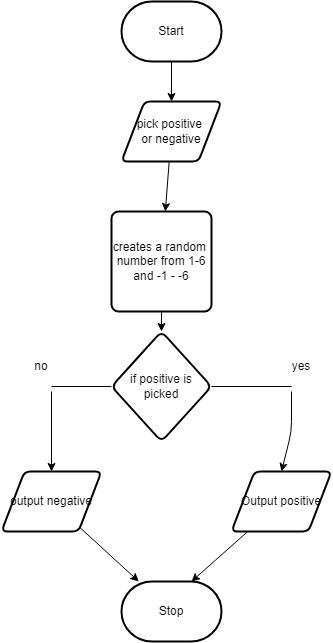
Ali-Mugamai/ICS20-5-03-Js- keeps this draw.io diagram as design/flow-chart.png. Above is the earlier version. Source tidied: cells renumbered, new cells last; positions are measured from the earlier drawing's top-left corner, leaving out a move shared by most shapes.
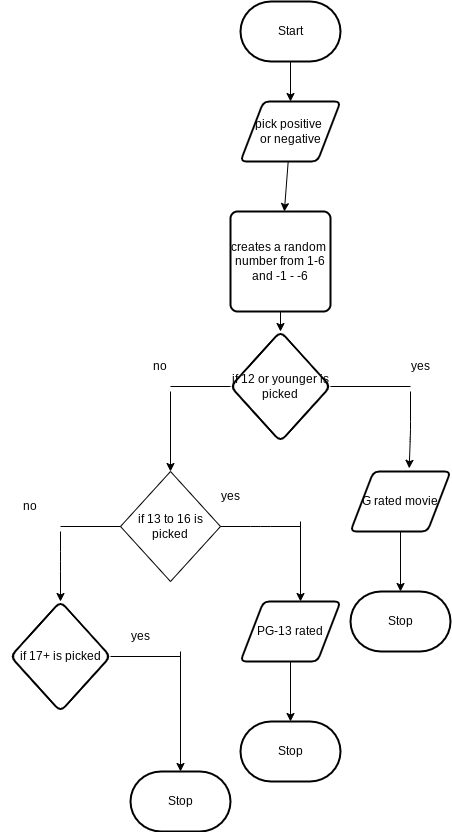
After the change.

Change to the diagram source:
```diff
@@ -20,24 +20,16 @@
     <mxCell id="7" value="creates a random&amp;nbsp;&lt;br&gt;number from 1-6 and -1 - -6" style="rounded=1;whiteSpace=wrap;html=1;absoluteArcSize=1;arcSize=14;strokeWidth=2;" parent="1" vertex="1">
       <mxGeometry x="110" y="210" width="100" height="100" as="geometry" />
     </mxCell>
-    <mxCell id="8" style="edgeStyle=none;html=1;" parent="1" edge="1" source="9" target="10">
-      <mxGeometry relative="1" as="geometry" />
-    </mxCell>
-    <mxCell id="9" value="output negative" style="shape=parallelogram;html=1;strokeWidth=2;perimeter=parallelogramPerimeter;whiteSpace=wrap;rounded=1;arcSize=12;size=0.23;" parent="1" vertex="1">
-      <mxGeometry y="470" width="100" height="60" as="geometry" />
-    </mxCell>
     <mxCell id="10" value="Stop" style="strokeWidth=2;html=1;shape=mxgraph.flowchart.terminator;whiteSpace=wrap;" parent="1" vertex="1">
-      <mxGeometry x="120" y="580" width="100" height="60" as="geometry" />
+      <mxGeometry x="230" y="590" width="100" height="60" as="geometry" />
     </mxCell>
-    <mxCell id="11" value="if positive is picked" style="rhombus;whiteSpace=wrap;html=1;rounded=1;arcSize=14;strokeWidth=2;" parent="1" vertex="1">
+    <mxCell id="11" value="if 12 or younger is picked" style="rhombus;whiteSpace=wrap;html=1;rounded=1;arcSize=14;strokeWidth=2;" parent="1" vertex="1">
       <mxGeometry x="110" y="330" width="100" height="110" as="geometry" />
     </mxCell>
-    <mxCell id="12" style="edgeStyle=none;html=1;" parent="1" edge="1" source="13">
-      <mxGeometry relative="1" as="geometry">
-        <mxPoint x="190" y="580" as="targetPoint" />
-      </mxGeometry>
+    <mxCell id="12" style="edgeStyle=none;html=1;entryX=0.5;entryY=0;entryDx=0;entryDy=0;entryPerimeter=0;" parent="1" edge="1" source="13" target="10">
+      <mxGeometry relative="1" as="geometry" />
     </mxCell>
-    <mxCell id="13" value="Output positive" style="shape=parallelogram;html=1;strokeWidth=2;perimeter=parallelogramPerimeter;whiteSpace=wrap;rounded=1;arcSize=12;size=0.23;" parent="1" vertex="1">
+    <mxCell id="13" value="G rated movie" style="shape=parallelogram;html=1;strokeWidth=2;perimeter=parallelogramPerimeter;whiteSpace=wrap;rounded=1;arcSize=12;size=0.23;" parent="1" vertex="1">
       <mxGeometry x="230" y="470" width="100" height="60" as="geometry" />
     </mxCell>
     <mxCell id="14" style="endArrow=none;html=1;entryX=0;entryY=0.5;entryDx=0;entryDy=0;" parent="1" edge="1" target="11">
@@ -45,9 +37,10 @@
         <mxPoint x="50" y="385" as="sourcePoint" />
       </mxGeometry>
     </mxCell>
-    <mxCell id="15" style="endArrow=classic;html=1;entryX=0.5;entryY=0;entryDx=0;entryDy=0;" parent="1" edge="1" target="9">
+    <mxCell id="15" style="endArrow=classic;html=1;entryX=0.5;entryY=0;entryDx=0;entryDy=0;" parent="1" edge="1">
       <mxGeometry relative="1" as="geometry">
         <mxPoint x="50" y="390" as="sourcePoint" />
+        <mxPoint x="50" y="470" as="targetPoint" />
       </mxGeometry>
     </mxCell>
     <mxCell id="16" style="endArrow=none;html=1;entryX=1;entryY=0.5;entryDx=0;entryDy=0;" parent="1" edge="1" target="11">
@@ -55,7 +48,7 @@
         <mxPoint x="290" y="385" as="sourcePoint" />
       </mxGeometry>
     </mxCell>
-    <mxCell id="17" style="endArrow=classic;html=1;entryX=0.5;entryY=0;entryDx=0;entryDy=0;" parent="1" edge="1" target="13">
+    <mxCell id="17" style="endArrow=classic;html=1;entryX=0.587;entryY=-0.053;entryDx=0;entryDy=0;entryPerimeter=0;" parent="1" edge="1" target="13">
       <mxGeometry relative="1" as="geometry">
         <mxPoint x="290" y="390" as="sourcePoint" />
         <Array as="points">
@@ -69,5 +62,71 @@
     <mxCell id="19" value="no" style="text;html=1;strokeColor=none;fillColor=none;align=center;verticalAlign=middle;whiteSpace=wrap;rounded=0;" parent="1" vertex="1">
       <mxGeometry x="10" y="350" width="60" height="30" as="geometry" />
     </mxCell>
+    <mxCell id="20" value="if 13 to 16 is picked" style="rhombus;whiteSpace=wrap;html=1;" parent="1" vertex="1">
+      <mxGeometry y="470" width="100" height="110" as="geometry" />
+    </mxCell>
+    <mxCell id="21" style="endArrow=none;html=1;exitX=1;exitY=0.5;exitDx=0;exitDy=0;" parent="1" edge="1" source="20">
+      <mxGeometry relative="1" as="geometry">
+        <mxPoint x="180" y="525" as="targetPoint" />
+        <Array as="points">
+          <mxPoint x="140" y="525" />
+        </Array>
+      </mxGeometry>
+    </mxCell>
+    <mxCell id="22" style="edgeStyle=none;html=1;" parent="1" edge="1" source="23" target="30">
+      <mxGeometry relative="1" as="geometry" />
+    </mxCell>
+    <mxCell id="23" value="PG-13 rated" style="shape=parallelogram;html=1;strokeWidth=2;perimeter=parallelogramPerimeter;whiteSpace=wrap;rounded=1;arcSize=12;size=0.23;" parent="1" vertex="1">
+      <mxGeometry x="120" y="600" width="100" height="60" as="geometry" />
+    </mxCell>
+    <mxCell id="24" style="endArrow=classic;html=1;entryX=0.5;entryY=0;entryDx=0;entryDy=0;" parent="1" edge="1">
+      <mxGeometry relative="1" as="geometry">
+        <mxPoint x="180" y="520" as="sourcePoint" />
+        <mxPoint x="180" y="600" as="targetPoint" />
+      </mxGeometry>
+    </mxCell>
+    <mxCell id="25" style="endArrow=none;html=1;entryX=0;entryY=0.5;entryDx=0;entryDy=0;" parent="1" edge="1" target="20">
+      <mxGeometry relative="1" as="geometry">
+        <mxPoint x="-60" y="525" as="sourcePoint" />
+      </mxGeometry>
+    </mxCell>
+    <mxCell id="26" style="endArrow=classic;html=1;" parent="1" edge="1">
+      <mxGeometry relative="1" as="geometry">
+        <mxPoint x="-60" y="530" as="sourcePoint" />
+        <mxPoint x="-60" y="600" as="targetPoint" />
+        <Array as="points">
+          <mxPoint x="-60" y="560" />
+        </Array>
+      </mxGeometry>
+    </mxCell>
+    <mxCell id="27" value="if 17+ is picked" style="rhombus;whiteSpace=wrap;html=1;rounded=1;arcSize=14;strokeWidth=2;" parent="1" vertex="1">
+      <mxGeometry x="-110" y="600" width="100" height="110" as="geometry" />
+    </mxCell>
+    <mxCell id="28" style="endArrow=none;html=1;exitX=1;exitY=0.5;exitDx=0;exitDy=0;" parent="1" edge="1" source="27">
+      <mxGeometry relative="1" as="geometry">
+        <mxPoint x="60" y="655" as="targetPoint" />
+      </mxGeometry>
+    </mxCell>
+    <mxCell id="29" style="endArrow=classic;html=1;" parent="1" edge="1">
+      <mxGeometry relative="1" as="geometry">
+        <mxPoint x="60" y="650" as="sourcePoint" />
+        <mxPoint x="60" y="770" as="targetPoint" />
+      </mxGeometry>
+    </mxCell>
+    <mxCell id="30" value="Stop" style="strokeWidth=2;html=1;shape=mxgraph.flowchart.terminator;whiteSpace=wrap;" parent="1" vertex="1">
+      <mxGeometry x="120" y="720" width="100" height="60" as="geometry" />
+    </mxCell>
+    <mxCell id="31" value="Stop" style="strokeWidth=2;html=1;shape=mxgraph.flowchart.terminator;whiteSpace=wrap;" parent="1" vertex="1">
+      <mxGeometry x="10" y="770" width="100" height="60" as="geometry" />
+    </mxCell>
+    <mxCell id="32" value="yes" style="text;html=1;strokeColor=none;fillColor=none;align=center;verticalAlign=middle;whiteSpace=wrap;rounded=0;" parent="1" vertex="1">
+      <mxGeometry x="-10" y="620" width="60" height="30" as="geometry" />
+    </mxCell>
+    <mxCell id="33" value="yes" style="text;html=1;strokeColor=none;fillColor=none;align=center;verticalAlign=middle;whiteSpace=wrap;rounded=0;" parent="1" vertex="1">
+      <mxGeometry x="80" y="480" width="60" height="30" as="geometry" />
+    </mxCell>
+    <mxCell id="34" value="no" style="text;html=1;strokeColor=none;fillColor=none;align=center;verticalAlign=middle;whiteSpace=wrap;rounded=0;" parent="1" vertex="1">
+      <mxGeometry x="-120" y="490" width="60" height="30" as="geometry" />
+    </mxCell>
   </root>
 </mxGraphModel>
```
